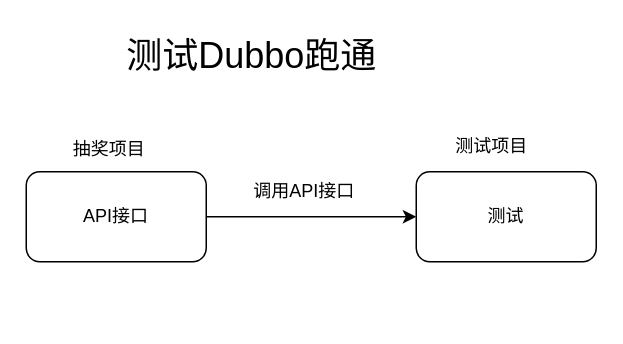
mynxg/draw-io-to-github keeps this draw.io diagram as lottery-note/广播RPC过程调用.drawio. Above is the earlier version. Source tidied: cells renumbered, new cells numbered last; positions are measured from the earlier drawing's top-left corner, leaving out a move shared by most shapes. Both pictures are drawn from the tidied source at 150%, with x=0, y=0 at pixel (26, 26).
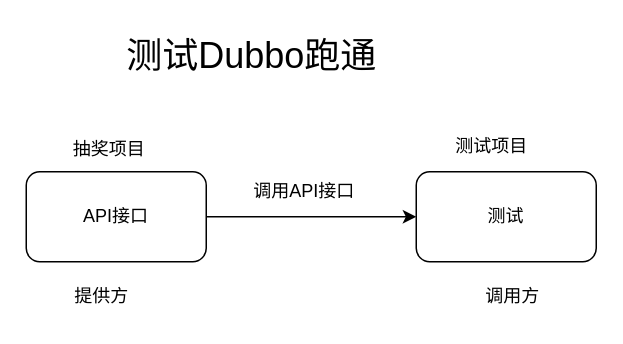
The same page after the edit.

Commit message (it also covers changes not shown here):
更新广播RPC过程调用.drawio

The edit, as a diff of the source:
```diff
@@
 <mxGraphModel>
   <root>
     <mxCell id="0" />
     <mxCell id="1" parent="0" />
     <mxCell id="2" value="API接口" style="rounded=1;whiteSpace=wrap;html=1;" parent="1" vertex="1">
       <mxGeometry y="97" width="120" height="60" as="geometry" />
     </mxCell>
     <mxCell id="3" value="&lt;font style=&quot;font-size: 24px;&quot;&gt;测试&lt;font style=&quot;&quot;&gt;Dubbo&lt;/font&gt;跑通&lt;/font&gt;" style="text;html=1;align=center;verticalAlign=middle;strokeColor=none;fillColor=none;" parent="1" vertex="1">
       <mxGeometry x="55" width="190" height="40" as="geometry" />
     </mxCell>
     <mxCell id="4" value="抽奖项目" style="text;html=1;align=center;verticalAlign=middle;strokeColor=none;fillColor=none;" parent="1" vertex="1">
       <mxGeometry x="20" y="67" width="70" height="30" as="geometry" />
     </mxCell>
     <mxCell id="5" value="测试" style="rounded=1;whiteSpace=wrap;html=1;" parent="1" vertex="1">
       <mxGeometry x="260" y="97" width="120" height="60" as="geometry" />
     </mxCell>
     <mxCell id="6" style="endArrow=classic;html=1;rounded=0;exitX=1;exitY=0.5;exitDx=0;exitDy=0;" parent="1" edge="1" source="2">
       <mxGeometry relative="1" as="geometry">
         <mxPoint x="260" y="127" as="targetPoint" />
       </mxGeometry>
     </mxCell>
     <mxCell id="7" value="测试项目" style="text;html=1;align=center;verticalAlign=middle;strokeColor=none;fillColor=none;" parent="1" vertex="1">
       <mxGeometry x="275" y="65" width="70" height="30" as="geometry" />
     </mxCell>
     <mxCell id="8" value="调用API接口" style="text;html=1;align=center;verticalAlign=middle;strokeColor=none;fillColor=none;" parent="1" vertex="1">
       <mxGeometry x="140" y="95" width="90" height="30" as="geometry" />
     </mxCell>
+    <mxCell id="9" value="提供方" style="text;html=1;align=center;verticalAlign=middle;strokeColor=none;fillColor=none;" parent="1" vertex="1">
+      <mxGeometry x="20" y="165" width="60" height="30" as="geometry" />
+    </mxCell>
+    <mxCell id="10" value="调用方" style="text;html=1;align=center;verticalAlign=middle;strokeColor=none;fillColor=none;" parent="1" vertex="1">
+      <mxGeometry x="294" y="165" width="60" height="30" as="geometry" />
+    </mxCell>
   </root>
 </mxGraphModel>
```
